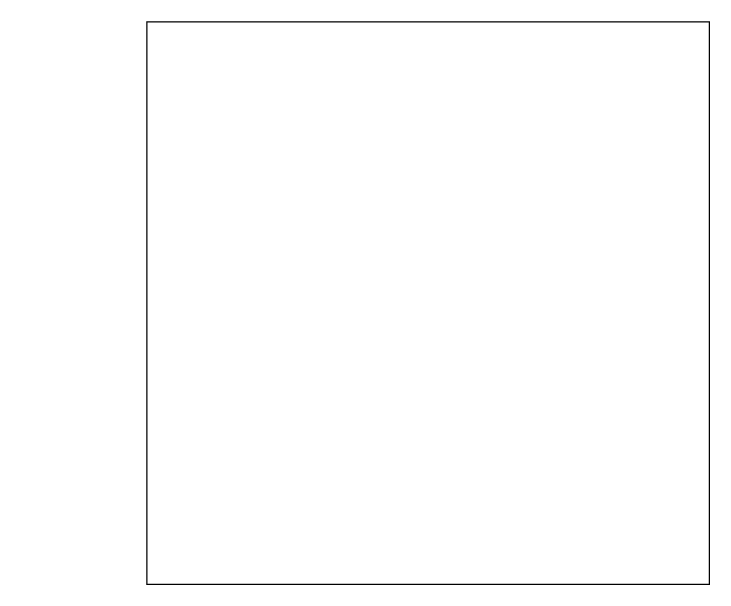
Above: KKN.drawio in irfanshow/UML (draw.io), before the change. Source tidied: cells renumbered, new cells numbered last; positions are measured from the earlier drawing's top-left corner, leaving out a move shared by most shapes. Both pictures are drawn from the tidied source at 125%, with x=0, y=0 at pixel (146, 21).
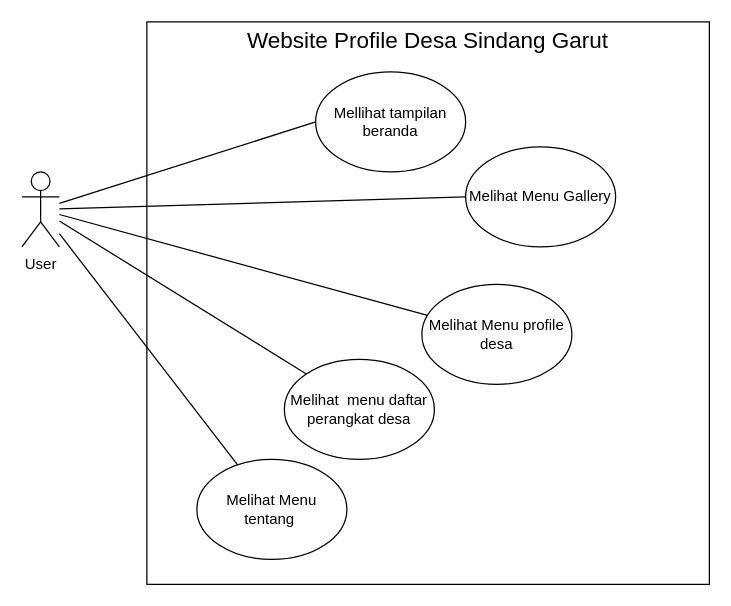
The same page after the edit.

Change to the diagram source:
```diff
@@
 <mxGraphModel>
   <root>
     <mxCell id="0" />
     <mxCell id="1" parent="0" />
     <mxCell id="2" style="whiteSpace=wrap;html=1;" parent="1" vertex="1">
       <mxGeometry width="450" height="450" as="geometry" />
     </mxCell>
+    <mxCell id="3" value="User" style="shape=umlActor;verticalLabelPosition=bottom;verticalAlign=top;html=1;outlineConnect=0;" parent="1" vertex="1">
+      <mxGeometry x="-100" y="120" width="30" height="60" as="geometry" />
+    </mxCell>
+    <mxCell id="4" value="Mellihat tampilan beranda" style="ellipse;whiteSpace=wrap;html=1;" parent="1" vertex="1">
+      <mxGeometry x="135" y="40" width="120" height="80" as="geometry" />
+    </mxCell>
+    <mxCell id="5" value="Melihat&amp;nbsp; menu daftar perangkat desa" style="ellipse;whiteSpace=wrap;html=1;" parent="1" vertex="1">
+      <mxGeometry x="110" y="270" width="120" height="80" as="geometry" />
+    </mxCell>
+    <mxCell id="6" value="Melihat Menu tentang&amp;nbsp;" style="ellipse;whiteSpace=wrap;html=1;" parent="1" vertex="1">
+      <mxGeometry x="40" y="350" width="120" height="80" as="geometry" />
+    </mxCell>
+    <mxCell id="7" value="Melihat Menu profile desa" style="ellipse;whiteSpace=wrap;html=1;" parent="1" vertex="1">
+      <mxGeometry x="220" y="210" width="120" height="80" as="geometry" />
+    </mxCell>
+    <mxCell id="8" value="Melihat Menu Gallery" style="ellipse;whiteSpace=wrap;html=1;" parent="1" vertex="1">
+      <mxGeometry x="255" y="100" width="120" height="80" as="geometry" />
+    </mxCell>
+    <mxCell id="9" style="endArrow=none;html=1;rounded=0;entryX=0;entryY=0.5;entryDx=0;entryDy=0;" parent="1" edge="1" source="3" target="4">
+      <mxGeometry relative="1" as="geometry" />
+    </mxCell>
+    <mxCell id="10" style="endArrow=none;html=1;rounded=0;entryX=0;entryY=0.5;entryDx=0;entryDy=0;" parent="1" edge="1" source="3" target="8">
+      <mxGeometry relative="1" as="geometry" />
+    </mxCell>
+    <mxCell id="11" style="endArrow=none;html=1;rounded=0;" parent="1" edge="1" source="3" target="7">
+      <mxGeometry relative="1" as="geometry" />
+    </mxCell>
+    <mxCell id="12" style="endArrow=none;html=1;rounded=0;entryX=0;entryY=0;entryDx=0;entryDy=0;" parent="1" edge="1" source="3" target="5">
+      <mxGeometry relative="1" as="geometry" />
+    </mxCell>
+    <mxCell id="13" style="endArrow=none;html=1;rounded=0;" parent="1" edge="1" source="3" target="6">
+      <mxGeometry relative="1" as="geometry" />
+    </mxCell>
+    <mxCell id="14" value="&lt;font style=&quot;font-size: 18px;&quot;&gt;Website Profile Desa Sindang Garut&lt;/font&gt;" style="text;html=1;strokeColor=none;fillColor=none;align=center;verticalAlign=middle;whiteSpace=wrap;rounded=0;" parent="1" vertex="1">
+      <mxGeometry x="70" width="310" height="30" as="geometry" />
+    </mxCell>
   </root>
 </mxGraphModel>
```
